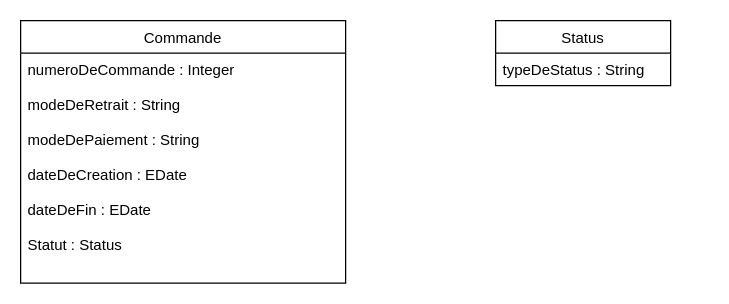
Earlier version of the draw.io diagram Untitled Diagram TACHE 5.drawio (vinsbld/StechOcPizz). Source tidied: cells renumbered, new cells numbered last; positions are measured from the earlier drawing's top-left corner, leaving out a move shared by most shapes. Both pictures are drawn from the tidied source at 125%, with x=0, y=0 at pixel (20, 20).
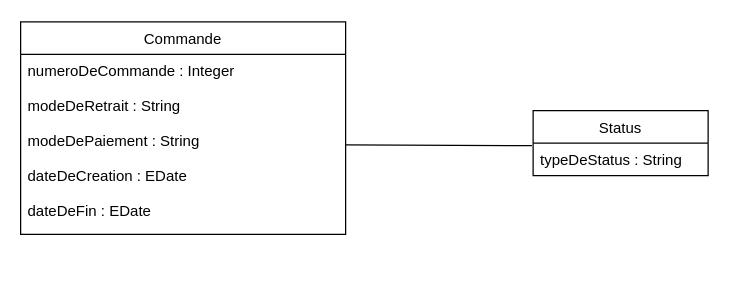
The same page after the edit.

What changed in the source:
```diff
@@
 <mxGraphModel>
   <root>
     <mxCell id="0" />
     <mxCell id="1" parent="0" />
     <mxCell id="2" value="Commande" style="swimlane;fontStyle=0;horizontal=1;startSize=26;fillColor=none;" parent="1" vertex="1">
-      <mxGeometry width="260" height="210" as="geometry" />
+      <mxGeometry y="1" width="260" height="170" as="geometry" />
     </mxCell>
-    <mxCell id="3" value="numeroDeCommande : Integer&#10;&#10;modeDeRetrait : String&#10;&#10;modeDePaiement : String&#10;&#10;dateDeCreation : EDate&#10;&#10;dateDeFin : EDate&#10;&#10;Statut : Status&#10;&#10;" style="text;strokeColor=none;fillColor=none;align=left;verticalAlign=top;spacingLeft=4;spacingRight=4;overflow=hidden;points=[[0,0.5],[1,0.5]];portConstraint=eastwest;" parent="2" vertex="1">
-      <mxGeometry y="26" width="260" height="184" as="geometry" />
+    <mxCell id="3" value="numeroDeCommande : Integer&#10;&#10;modeDeRetrait : String&#10;&#10;modeDePaiement : String&#10;&#10;dateDeCreation : EDate&#10;&#10;dateDeFin : EDate&#10;&#10;" style="text;strokeColor=none;fillColor=none;align=left;verticalAlign=top;spacingLeft=4;spacingRight=4;overflow=hidden;points=[[0,0.5],[1,0.5]];portConstraint=eastwest;" parent="2" vertex="1">
+      <mxGeometry y="26" width="260" height="144" as="geometry" />
     </mxCell>
     <mxCell id="4" value="Status" style="swimlane;fontStyle=0;horizontal=1;startSize=26;fillColor=none;" parent="1" vertex="1">
-      <mxGeometry x="380" width="140" height="52" as="geometry" />
+      <mxGeometry x="410" y="72" width="140" height="52" as="geometry" />
     </mxCell>
     <mxCell id="5" value="typeDeStatus : String&#10;" style="text;strokeColor=none;fillColor=none;align=left;verticalAlign=top;spacingLeft=4;spacingRight=4;overflow=hidden;points=[[0,0.5],[1,0.5]];portConstraint=eastwest;" parent="4" vertex="1">
       <mxGeometry y="26" width="140" height="26" as="geometry" />
     </mxCell>
+    <mxCell id="6" style="rounded=0;jettySize=auto;html=1;entryX=-0.007;entryY=0.077;entryDx=0;entryDy=0;entryPerimeter=0;endArrow=none;endFill=0;" parent="1" edge="1" source="3" target="5">
+      <mxGeometry relative="1" as="geometry" />
+    </mxCell>
   </root>
 </mxGraphModel>
```
